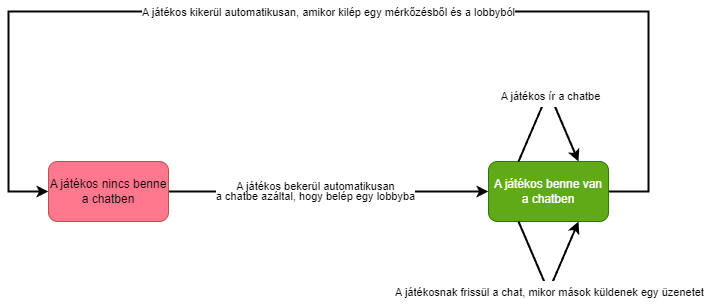
The draw.io diagram chat_dinamikus.png in banpeter/SzoftverTech, before a commit. Source tidied: cells renumbered, new cells last; positions are measured from the earlier drawing's top-left corner, leaving out a move shared by most shapes.
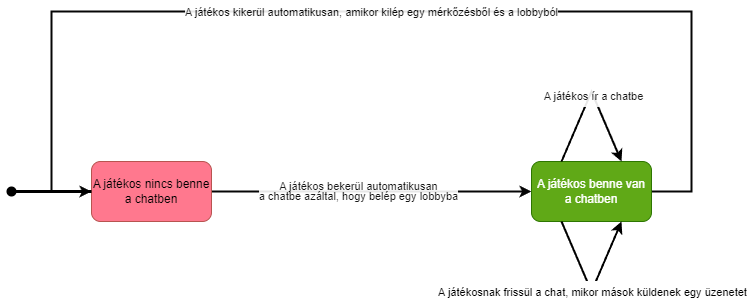
The same diagram one commit later.

The edit, as a diff of the source:
```diff
@@ -2,7 +2,7 @@
   <root>
     <mxCell id="0" />
     <mxCell id="1" parent="0" />
-    <mxCell id="2" value="&lt;p style=&quot;line-height: 0%;&quot;&gt;A játékos kikerül automatikusan, amikor kilép egy mérkőzésből és a lobbyból&lt;/p&gt;" style="edgeStyle=orthogonalEdgeStyle;rounded=0;jettySize=auto;html=1;exitX=1;exitY=0.5;exitDx=0;exitDy=0;entryX=0;entryY=0.5;entryDx=0;entryDy=0;strokeColor=#050505;strokeWidth=2;" parent="1" edge="1" source="4" target="5">
+    <mxCell id="2" value="&lt;p style=&quot;line-height: 0%;&quot;&gt;A játékos kikerül automatikusan, amikor kilép egy mérkőzésből és a lobbyból&lt;/p&gt;" style="edgeStyle=orthogonalEdgeStyle;rounded=0;jettySize=auto;html=1;exitX=1;exitY=0.5;exitDx=0;exitDy=0;entryX=0;entryY=0.5;entryDx=0;entryDy=0;strokeColor=#050505;strokeWidth=2;textOpacity=90;" parent="1" edge="1" source="4" target="5">
       <mxGeometry relative="1" as="geometry">
         <Array as="points">
           <mxPoint x="640" y="180" />
@@ -12,7 +12,7 @@
         </Array>
       </mxGeometry>
     </mxCell>
-    <mxCell id="3" value="&lt;p style=&quot;line-height: 90%;&quot;&gt;A játékos bekerül automatikusan&lt;br&gt;a chatbe azáltal, hogy belép egy lobbyba&lt;/p&gt;" style="edgeStyle=orthogonalEdgeStyle;rounded=0;jettySize=auto;html=1;startArrow=classic;startFill=1;endArrow=none;endFill=0;strokeColor=#050505;strokeWidth=2;" parent="1" edge="1" source="4" target="5">
+    <mxCell id="3" value="&lt;p style=&quot;line-height: 90%;&quot;&gt;A játékos bekerül automatikusan&lt;br&gt;a chatbe azáltal, hogy belép egy lobbyba&lt;/p&gt;" style="edgeStyle=orthogonalEdgeStyle;rounded=0;jettySize=auto;html=1;startArrow=classic;startFill=1;endArrow=none;endFill=0;strokeColor=#050505;strokeWidth=2;textOpacity=90;" parent="1" edge="1" source="4" target="5">
       <mxGeometry x="0.08" relative="1" as="geometry" />
     </mxCell>
     <mxCell id="4" value="A játékos benne van a chatben" style="rounded=1;whiteSpace=wrap;html=1;fillColor=#60a917;strokeColor=#2D7600;fontColor=#ffffff;" parent="1" vertex="1">
@@ -21,14 +21,14 @@
     <mxCell id="5" value="A játékos nincs benne a chatben" style="rounded=1;whiteSpace=wrap;html=1;fillColor=#FF788E;strokeColor=#b85450;gradientColor=none;fillStyle=auto;" parent="1" vertex="1">
       <mxGeometry x="40" y="150" width="120" height="60" as="geometry" />
     </mxCell>
-    <mxCell id="6" value="&lt;p style=&quot;line-height: 0%;&quot;&gt;A játékos ír a chatbe&lt;/p&gt;" style="endArrow=classic;html=1;rounded=0;exitX=0.25;exitY=0;exitDx=0;exitDy=0;entryX=0.75;entryY=0;entryDx=0;entryDy=0;strokeColor=#000000;strokeWidth=2;" parent="1" edge="1" source="4" target="4">
+    <mxCell id="6" value="&lt;p style=&quot;line-height: 0%;&quot;&gt;A játékos ír a chatbe&lt;/p&gt;" style="endArrow=classic;html=1;rounded=0;exitX=0.25;exitY=0;exitDx=0;exitDy=0;entryX=0.75;entryY=0;entryDx=0;entryDy=0;strokeColor=#000000;strokeWidth=2;textOpacity=90;" parent="1" edge="1" source="4" target="4">
       <mxGeometry x="0.05" relative="1" as="geometry">
         <Array as="points">
           <mxPoint x="540" y="80" />
         </Array>
       </mxGeometry>
     </mxCell>
-    <mxCell id="7" style="endArrow=classic;html=1;rounded=0;exitX=0.25;exitY=1;exitDx=0;exitDy=0;entryX=0.75;entryY=1;entryDx=0;entryDy=0;strokeColor=#000000;strokeWidth=2;" parent="1" edge="1" source="4" target="4">
+    <mxCell id="7" style="endArrow=classic;html=1;rounded=0;exitX=0.25;exitY=1;exitDx=0;exitDy=0;entryX=0.75;entryY=1;entryDx=0;entryDy=0;strokeColor=#000000;strokeWidth=2;textOpacity=90;" parent="1" edge="1" source="4" target="4">
       <mxGeometry relative="1" as="geometry">
         <Array as="points">
           <mxPoint x="540" y="280" />
@@ -40,5 +40,13 @@
         <mxPoint x="-6" y="17" as="offset" />
       </mxGeometry>
     </mxCell>
+    <mxCell id="9" style="endArrow=none;html=1;rounded=0;entryX=0;entryY=0.5;entryDx=0;entryDy=0;strokeWidth=3;" parent="1" edge="1" target="5">
+      <mxGeometry relative="1" as="geometry">
+        <mxPoint x="-40" y="180" as="sourcePoint" />
+      </mxGeometry>
+    </mxCell>
+    <mxCell id="10" style="shape=waypoint;sketch=0;fillStyle=solid;size=6;fillColor=none;perimeter=centerPerimeter;strokeWidth=3;" parent="1" vertex="1">
+      <mxGeometry x="-50" y="170" width="20" height="20" as="geometry" />
+    </mxCell>
   </root>
 </mxGraphModel>
```
